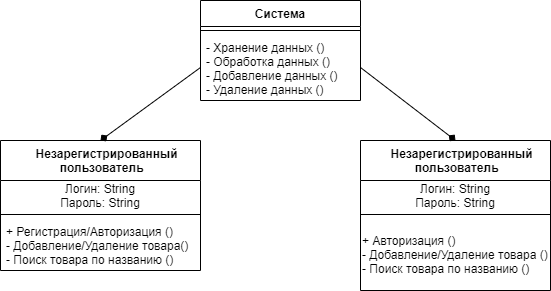
Earlier version of the draw.io export Диаграммы/Диаграмма классов.png (NadenkaTropanova/Warehouse). Source tidied: cells renumbered, new cells last; positions are measured from the earlier drawing's top-left corner, leaving out a move shared by most shapes.
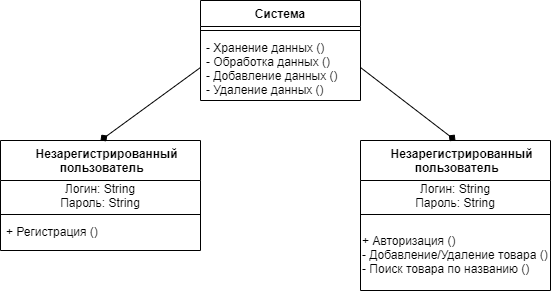
The same file after the commit.

The edit, as a diff of the source:
```diff
@@ -12,7 +12,7 @@
       <mxGeometry y="34" width="160" height="66" as="geometry" />
     </mxCell>
     <mxCell id="5" value="    Незарегистрированный&#10; пользователь" style="swimlane;fontStyle=1;align=center;verticalAlign=top;horizontal=1;startSize=40;" parent="1" vertex="1">
-      <mxGeometry y="140" width="200" height="130" as="geometry" />
+      <mxGeometry y="140" width="200" height="110" as="geometry" />
     </mxCell>
     <mxCell id="6" value="Логин: String&lt;br&gt;Пароль:&amp;nbsp;String" style="text;html=1;strokeColor=none;fillColor=none;align=center;verticalAlign=middle;whiteSpace=wrap;rounded=0;" parent="5" vertex="1">
       <mxGeometry y="40" width="200" height="30" as="geometry" />
@@ -20,8 +20,8 @@
     <mxCell id="7" style="line;strokeWidth=1;fillColor=none;align=left;verticalAlign=middle;spacingTop=-1;spacingLeft=3;spacingRight=3;labelPosition=right;" parent="5" vertex="1">
       <mxGeometry y="70" width="200" height="8" as="geometry" />
     </mxCell>
-    <mxCell id="8" value="+ Регистрация/Авторизация ()&#10;- Добавление/Удаление товара()&#10;- Поиск товара по названию ()" style="text;strokeColor=none;fillColor=none;align=left;verticalAlign=top;spacingLeft=4;spacingRight=4;overflow=hidden;" parent="5" vertex="1">
-      <mxGeometry y="78" width="200" height="52" as="geometry" />
+    <mxCell id="8" value="+ Регистрация ()" style="text;strokeColor=none;fillColor=none;align=left;verticalAlign=top;spacingLeft=4;spacingRight=4;overflow=hidden;" parent="5" vertex="1">
+      <mxGeometry y="78" width="200" height="32" as="geometry" />
     </mxCell>
     <mxCell id="9" value="    Незарегистрированный&#10; пользователь" style="swimlane;fontStyle=1;align=center;verticalAlign=top;horizontal=1;startSize=40;" parent="1" vertex="1">
       <mxGeometry x="360" y="140" width="190" height="150" as="geometry" />
```
